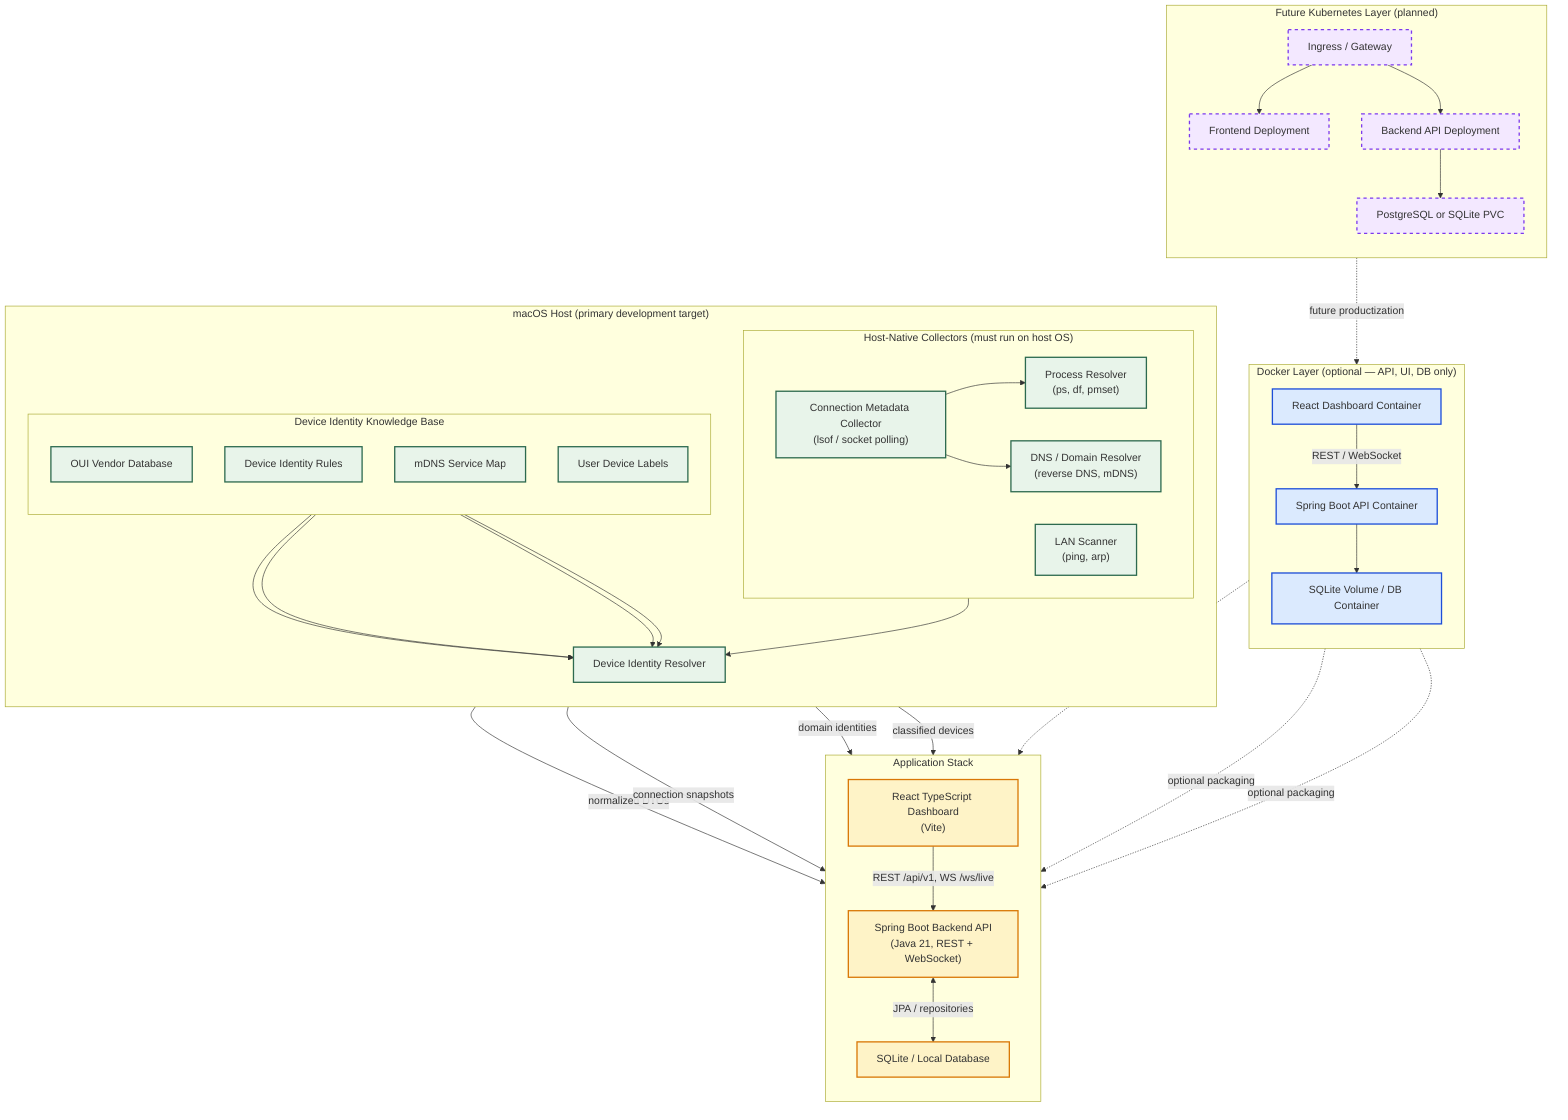
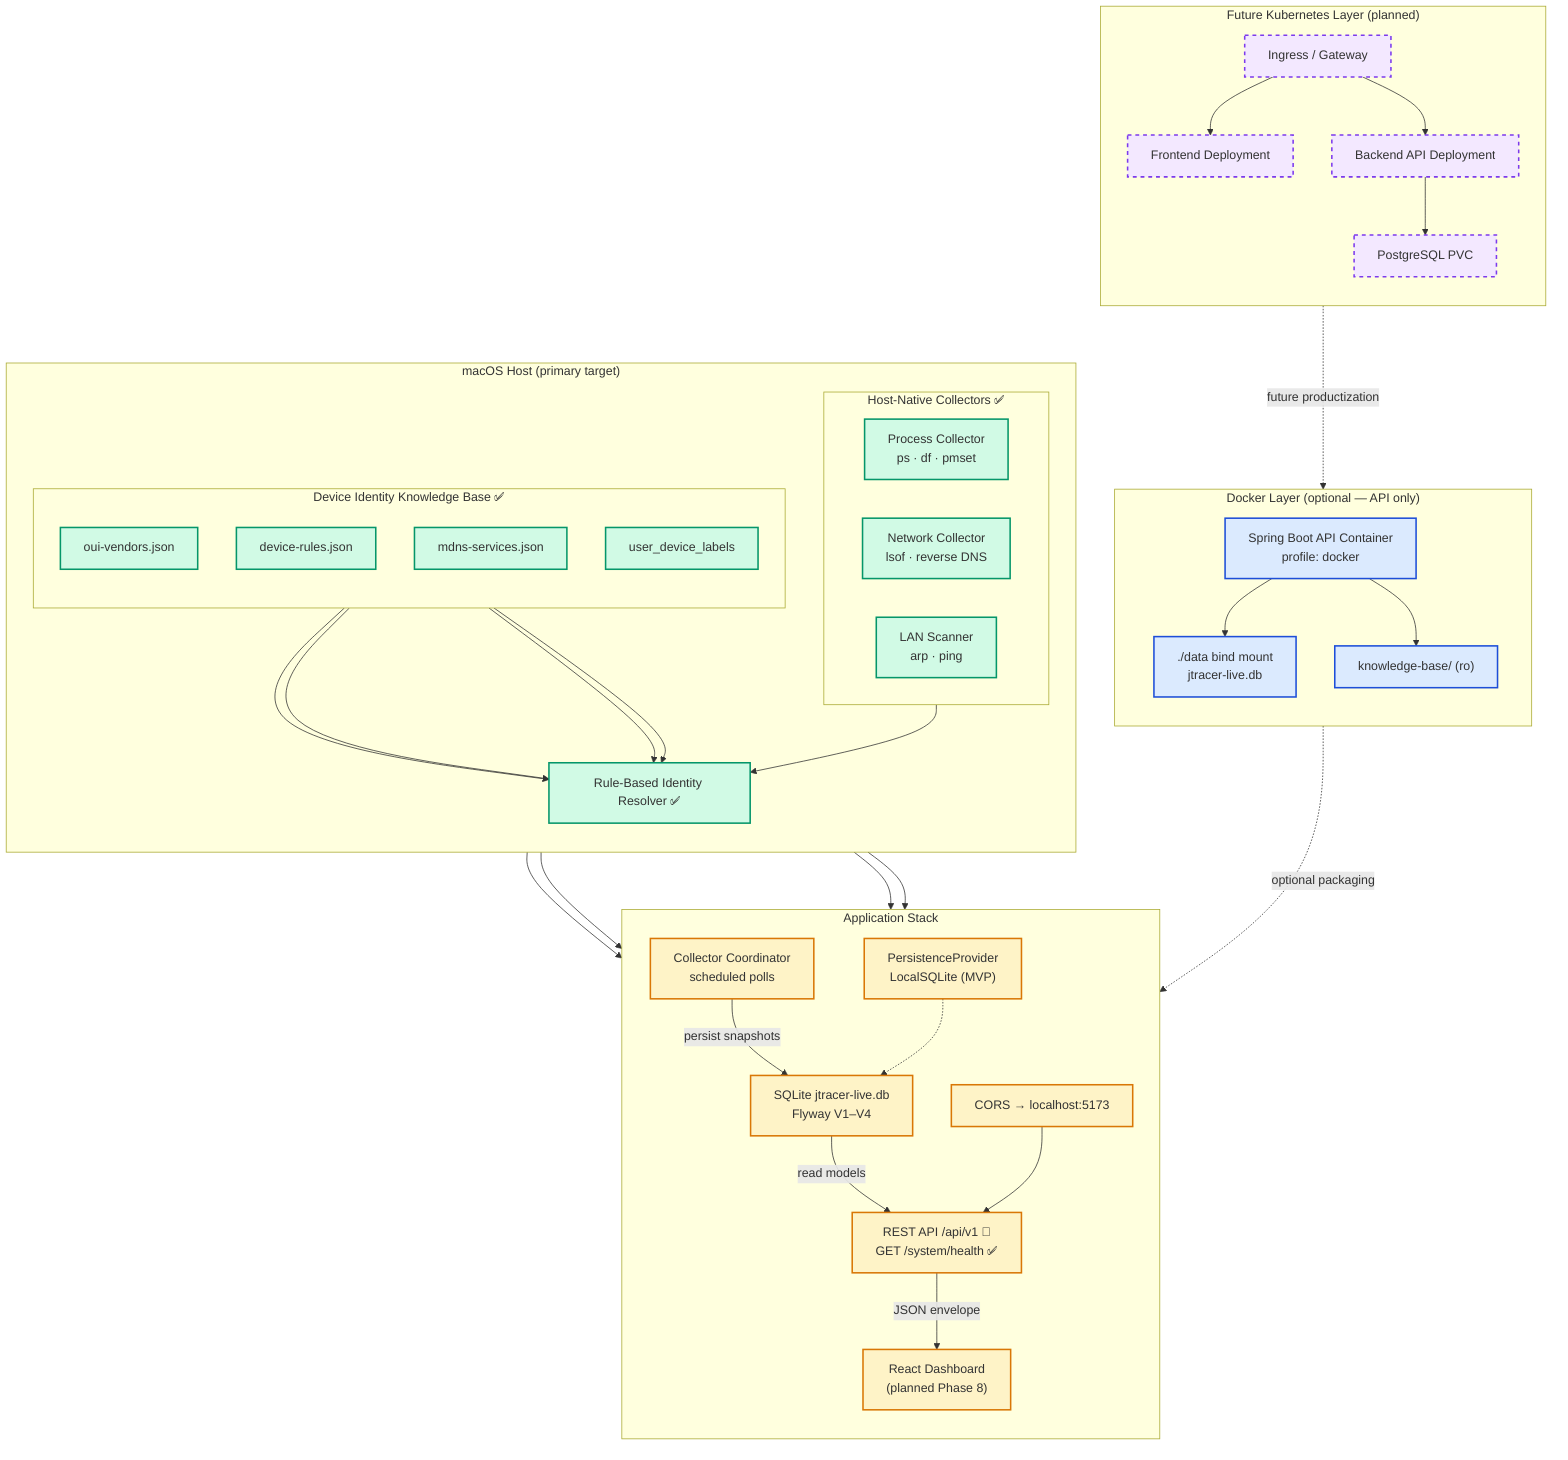
- %% JTracer v2 — System Architecture
+ %% JTracer v2 — System Architecture (updated June 2026)
%% See docs/SYSTEM_DESIGN.md for narrative and implementation notes.
- %% MVP network visibility uses OS socket metadata (lsof), not deep packet capture.
+ %% Collectors run on the host OS; API/UI may optionally run in Docker.

flowchart TB
    subgraph futureK8s["Future Kubernetes Layer (planned)"]
        direction TB
        k8sIngress["Ingress / Gateway"]
        k8sBackend["Backend API Deployment"]
        k8sFrontend["Frontend Deployment"]
-         k8sDB["PostgreSQL or SQLite PVC"]
+         k8sDB["PostgreSQL PVC"]
        k8sIngress --> k8sFrontend
        k8sIngress --> k8sBackend
        k8sBackend --> k8sDB
    end

-     subgraph dockerLayer["Docker Layer (optional — API, UI, DB only)"]
+     subgraph dockerLayer["Docker Layer (optional — API only)"]
        direction TB
-         dockerFrontend["React Dashboard Container"]
-         dockerBackend["Spring Boot API Container"]
-         dockerDB["SQLite Volume / DB Container"]
-         dockerFrontend -->|"REST / WebSocket"| dockerBackend
-         dockerBackend --> dockerDB
+         dockerBackend["Spring Boot API Container\nprofile: docker"]
+         dockerVolume["./data bind mount\njtracer-live.db"]
+         dockerKB["knowledge-base/ (ro)"]
+         dockerBackend --> dockerVolume
+         dockerBackend --> dockerKB
    end

-     subgraph macHost["macOS Host (primary development target)"]
+     subgraph macHost["macOS Host (primary target)"]
        direction TB

-         subgraph hostCollectors["Host-Native Collectors (must run on host OS)"]
+         subgraph hostCollectors["Host-Native Collectors ✅"]
            direction LR
-             packetCapture["Connection Metadata Collector\n(lsof / socket polling)"]
-             processResolver["Process Resolver\n(ps, df, pmset)"]
-             dnsResolver["DNS / Domain Resolver\n(reverse DNS, mDNS)"]
-             lanScanner["LAN Scanner\n(ping, arp)"]
+             processCollector["Process Collector\nps · df · pmset"]
+             networkCollector["Network Collector\nlsof · reverse DNS"]
+             lanScanner["LAN Scanner\narp · ping"]
        end

-         subgraph knowledgeBase["Device Identity Knowledge Base"]
+         subgraph knowledgeBase["Device Identity Knowledge Base ✅"]
            direction TB
-             ouiDb["OUI Vendor Database"]
-             deviceRules["Device Identity Rules"]
-             mdnsServices["mDNS Service Map"]
-             userLabels["User Device Labels"]
+             ouiDb["oui-vendors.json"]
+             deviceRules["device-rules.json"]
+             mdnsServices["mdns-services.json"]
+             userLabels["user_device_labels"]
        end

-         deviceIdentity["Device Identity Resolver"]
-         lanScanner --> deviceIdentity
-         ouiDb --> deviceIdentity
-         deviceRules --> deviceIdentity
-         mdnsServices --> deviceIdentity
-         userLabels --> deviceIdentity
- 
-         packetCapture --> processResolver
-         packetCapture --> dnsResolver
+         identityResolver["Rule-Based Identity Resolver ✅"]
+         lanScanner --> identityResolver
+         ouiDb --> identityResolver
+         deviceRules --> identityResolver
+         mdnsServices --> identityResolver
+         userLabels --> identityResolver
    end

    subgraph appStack["Application Stack"]
        direction TB
-         springApi["Spring Boot Backend API\n(Java 21, REST + WebSocket)"]
-         sqlite["SQLite / Local Database"]
-         reactUi["React TypeScript Dashboard\n(Vite)"]
+         coordinator["Collector Coordinator\nscheduled polls"]
+         restApi["REST API /api/v1 🚧\nGET /system/health ✅"]
+         cors["CORS → localhost:5173"]
+         sqlite["SQLite jtracer-live.db\nFlyway V1–V4"]
+         reactUi["React Dashboard\n(planned Phase 8)"]
+         persistenceProviders["PersistenceProvider\nLocalSQLite (MVP)"]
    end

-     %% Host collectors → backend
-     processResolver -->|"normalized DTOs"| springApi
-     packetCapture -->|"connection snapshots"| springApi
-     dnsResolver -->|"domain identities"| springApi
-     deviceIdentity -->|"classified devices"| springApi
+     processCollector --> coordinator
+     networkCollector --> coordinator
+     lanScanner --> coordinator
+     identityResolver --> coordinator

-     %% Backend ↔ storage ↔ frontend
-     springApi <-->|"JPA / repositories"| sqlite
-     reactUi -->|"REST /api/v1, WS /ws/live"| springApi
+     coordinator -->|"persist snapshots"| sqlite
+     sqlite -->|"read models"| restApi
+     cors --> restApi
+     restApi -->|"JSON envelope"| reactUi
+     persistenceProviders -.-> sqlite

-     %% Docker wraps non-host components
-     dockerBackend -.->|"optional packaging"| springApi
-     dockerFrontend -.->|"optional packaging"| reactUi
-     dockerDB -.->|"optional packaging"| sqlite
+     dockerBackend -.->|"optional packaging"| restApi

-     %% Future K8s replaces or augments Docker for packaged deployment
    futureK8s -.->|"future productization"| dockerLayer

-     %% Styling
    classDef host fill:#e8f4ea,stroke:#2d6a4f,stroke-width:2px
    classDef docker fill:#dbeafe,stroke:#1d4ed8,stroke-width:2px
    classDef future fill:#f3e8ff,stroke:#7c3aed,stroke-width:2px,stroke-dasharray: 5 5
    classDef app fill:#fef3c7,stroke:#d97706,stroke-width:2px
+     classDef done fill:#d1fae5,stroke:#059669,stroke-width:2px

-     class packetCapture,processResolver,dnsResolver,lanScanner,deviceIdentity,ouiDb,deviceRules,mdnsServices,userLabels host
-     class dockerFrontend,dockerBackend,dockerDB docker
+     class processCollector,networkCollector,lanScanner,identityResolver,ouiDb,deviceRules,mdnsServices,userLabels done
+     class dockerBackend,dockerVolume,dockerKB docker
    class k8sIngress,k8sBackend,k8sFrontend,k8sDB future
-     class springApi,sqlite,reactUi app
+     class coordinator,restApi,cors,sqlite,reactUi,persistenceProviders app
